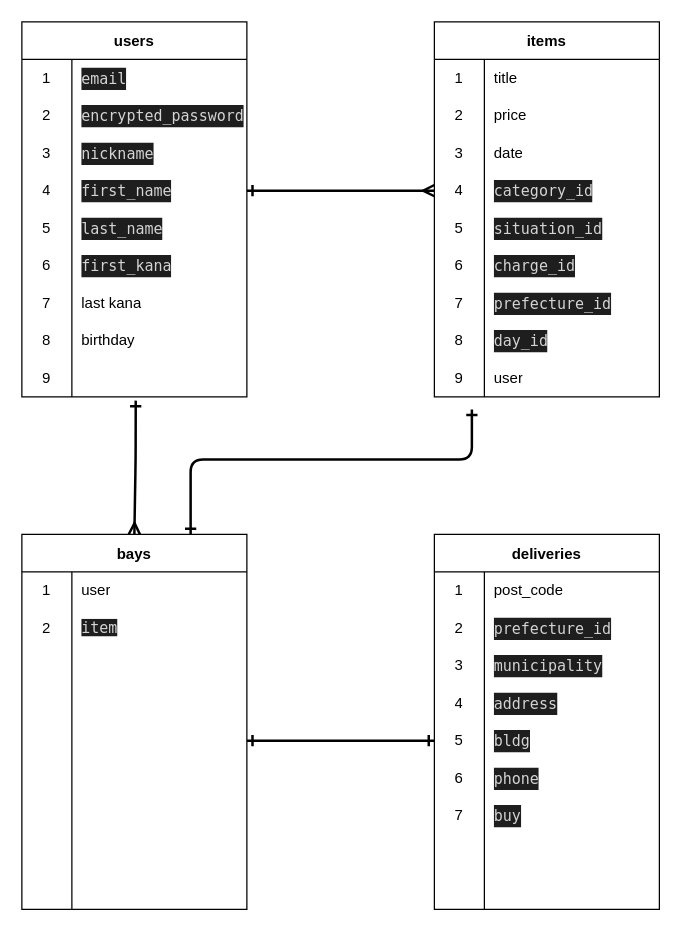
kaito-2327/furima-39234 keeps this draw.io diagram as datebase.dio. Above is the earlier version. Source tidied: cells renumbered, new cells numbered last; positions are measured from the earlier drawing's top-left corner, leaving out a move shared by most shapes. Both pictures are drawn from the tidied source at 125%, with x=0, y=0 at pixel (21, 21).
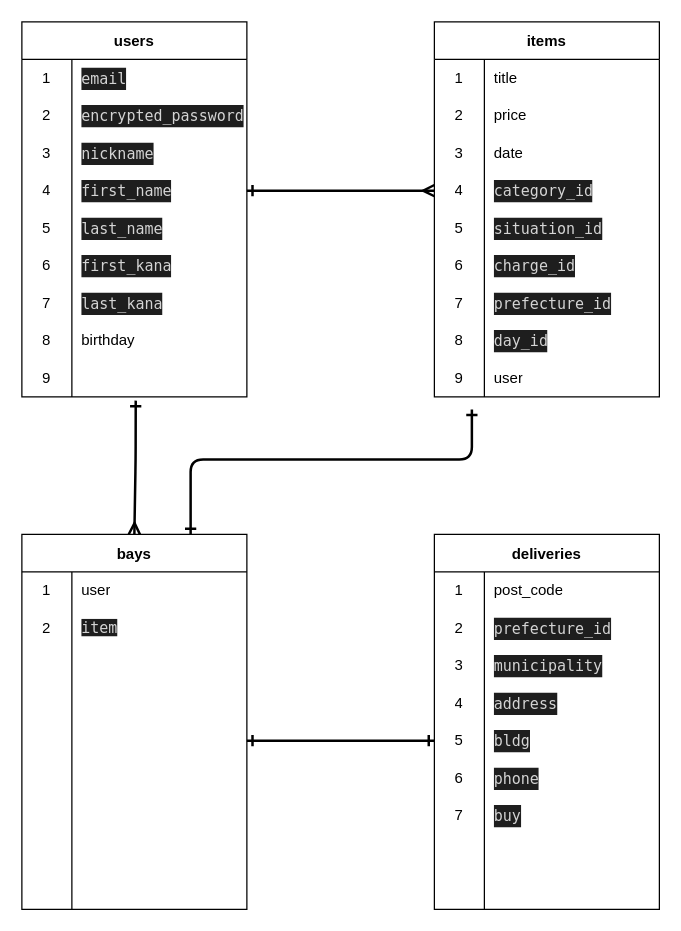
After the change.

Unchanged cells that the change refers to:
```xml
<mxCell id="21" style="shape=tableRow;horizontal=0;startSize=0;swimlaneHead=0;swimlaneBody=0;top=0;left=0;bottom=0;right=0;fillColor=none;" parent="2" vertex="1">
  <mxGeometry y="210" width="180" height="30" as="geometry" />
</mxCell>
```

The edit, as a diff of the source:
```diff
@@
-    <mxCell id="23" value="last kana" style="shape=partialRectangle;html=1;whiteSpace=wrap;fillColor=none;top=0;left=0;bottom=0;right=0;align=left;spacingLeft=6;overflow=hidden;" parent="21" vertex="1">
+    <mxCell id="23" value="&lt;div style=&quot;color: rgb(212, 212, 212); background-color: rgb(30, 30, 30); font-family: Menlo, Monaco, &amp;quot;Courier New&amp;quot;, monospace; line-height: 18px;&quot;&gt;last_kana&lt;/div&gt;" style="shape=partialRectangle;html=1;whiteSpace=wrap;fillColor=none;top=0;left=0;bottom=0;right=0;align=left;spacingLeft=6;overflow=hidden;" parent="21" vertex="1">
       <mxGeometry x="40" width="140" height="30" as="geometry" />
     </mxCell>
```
